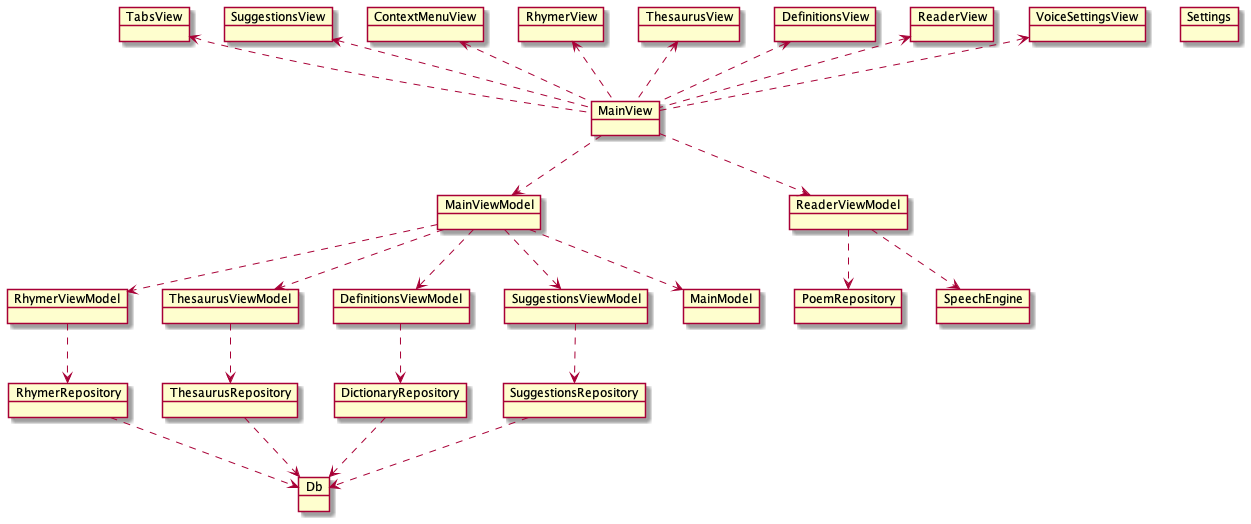
Before: doc/object-diagram.png, a diagram exported from PlantUML (caarmen/poet-assistant-web).
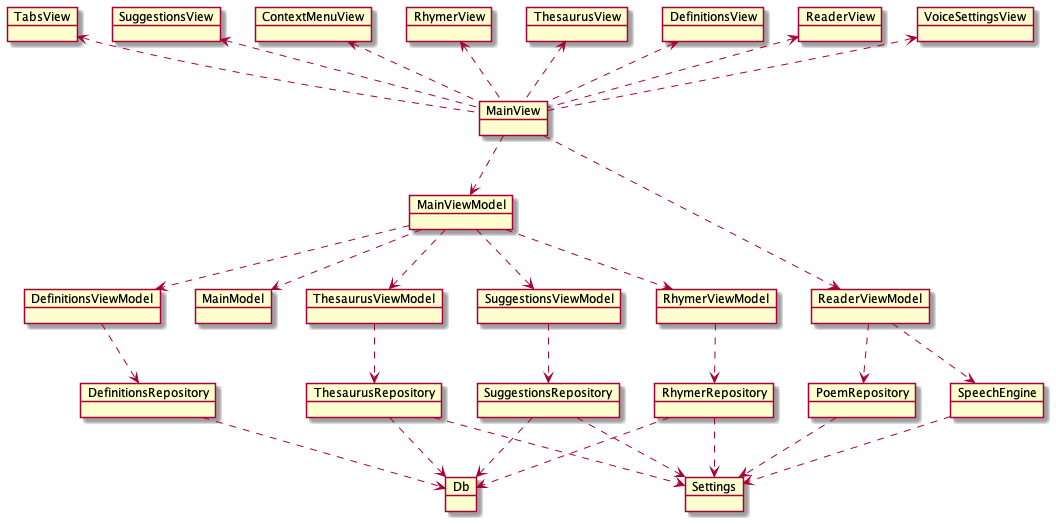
The same file after the commit.

Diff of the diagram source:
```diff
@@ -19,7 +19,7 @@
 object MainModel
 object RhymerRepository
 object ThesaurusRepository
-object DictionaryRepository
+object DefinitionsRepository
 object PoemRepository
 object SuggestionsRepository
 object SpeechEngine
@@ -47,7 +47,7 @@
 
 RhymerViewModel ..> RhymerRepository
 ThesaurusViewModel ..> ThesaurusRepository
-DefinitionsViewModel ..> DictionaryRepository
+DefinitionsViewModel ..> DefinitionsRepository
 ReaderViewModel ..> PoemRepository
 ReaderViewModel ..> SpeechEngine
 SuggestionsViewModel ..> SuggestionsRepository
@@ -55,7 +55,12 @@
 
 RhymerRepository ..> Db
 ThesaurusRepository ..> Db
-DictionaryRepository ..> Db
+DefinitionsRepository ..> Db
 SuggestionsRepository ..> Db
+RhymerRepository ..> Settings
+ThesaurusRepository ..> Settings
+PoemRepository ..> Settings
+SuggestionsRepository ..> Settings
+SpeechEngine ..> Settings
 
 @enduml
```
